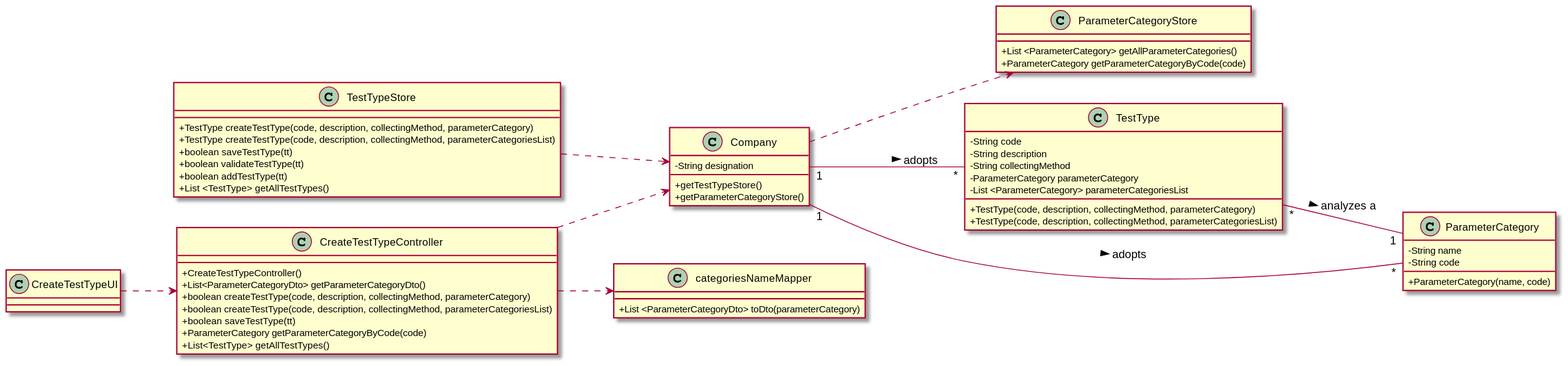
This is docs/SprintB/US09/US09-CD.svg from 0franciscor/lei-21-s2-1de-g19, a PlantUML export, as it was before one commit.
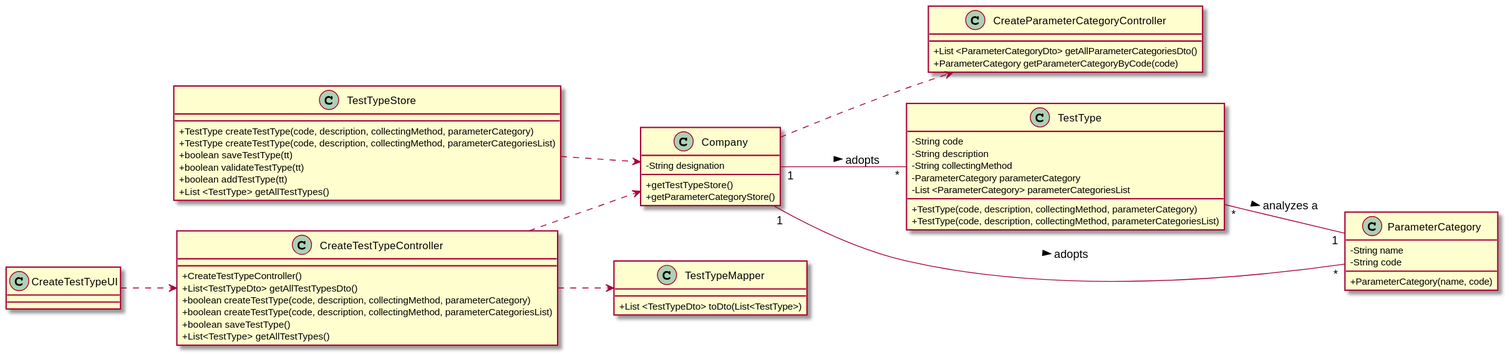
Later version of the same file.

What changed in the source:
```diff
@@ -8,8 +8,8 @@
 +getParameterCategoryStore()
 }
 
-class "categoriesNameMapper" as cNM {
-+List <ParameterCategoryDto> toDto(parameterCategory)
+class "TestTypeMapper" as ttM{
++List <TestTypeDto> toDto(List<TestType>)
 }
 
 class "TestTypeStore" as TTS{
@@ -21,8 +21,8 @@
 +List <TestType> getAllTestTypes()
 }
 
-class "ParameterCategoryStore" as PCS{
-+List <ParameterCategory> getAllParameterCategories()
+class "CreateParameterCategoryController" as PCS{
++List <ParameterCategoryDto> getAllParameterCategoriesDto()
 +ParameterCategory getParameterCategoryByCode(code)
 }
 
@@ -38,11 +38,10 @@
 
 class "CreateTestTypeController" as CTTC {
 +CreateTestTypeController()
-+List<ParameterCategoryDto> getParameterCategoryDto()
++List<TestTypeDto> getAllTestTypesDto()
 +boolean createTestType(code, description, collectingMethod, parameterCategory)
 +boolean createTestType(code, description, collectingMethod, parameterCategoriesList)
-+boolean saveTestType(tt)
-+ParameterCategory getParameterCategoryByCode(code)
++boolean saveTestType()
 +List<TestType> getAllTestTypes()
 }
 
@@ -64,7 +63,7 @@
 
 
 CTTC ..> C
-CTTC ..> cNM
+CTTC ..> ttM
 
 TT "*" -- "1" PC : > analyzes a
 
```
